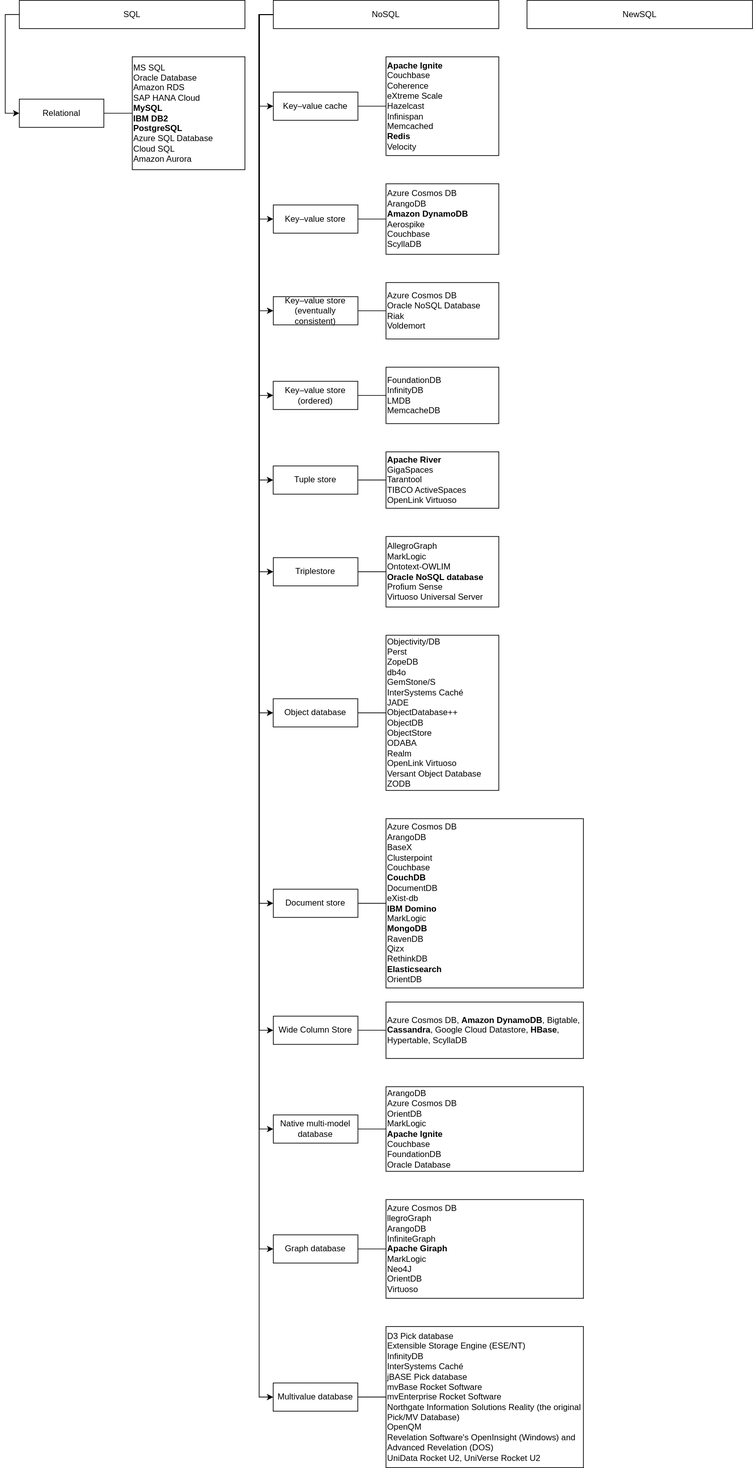
Earlier version of the draw.io export diagrams/data_models.drawio.svg (ryndovaira-org/data_science_lectures). Source tidied: cells renumbered, new cells last; positions are measured from the earlier drawing's top-left corner, leaving out a move shared by most shapes.
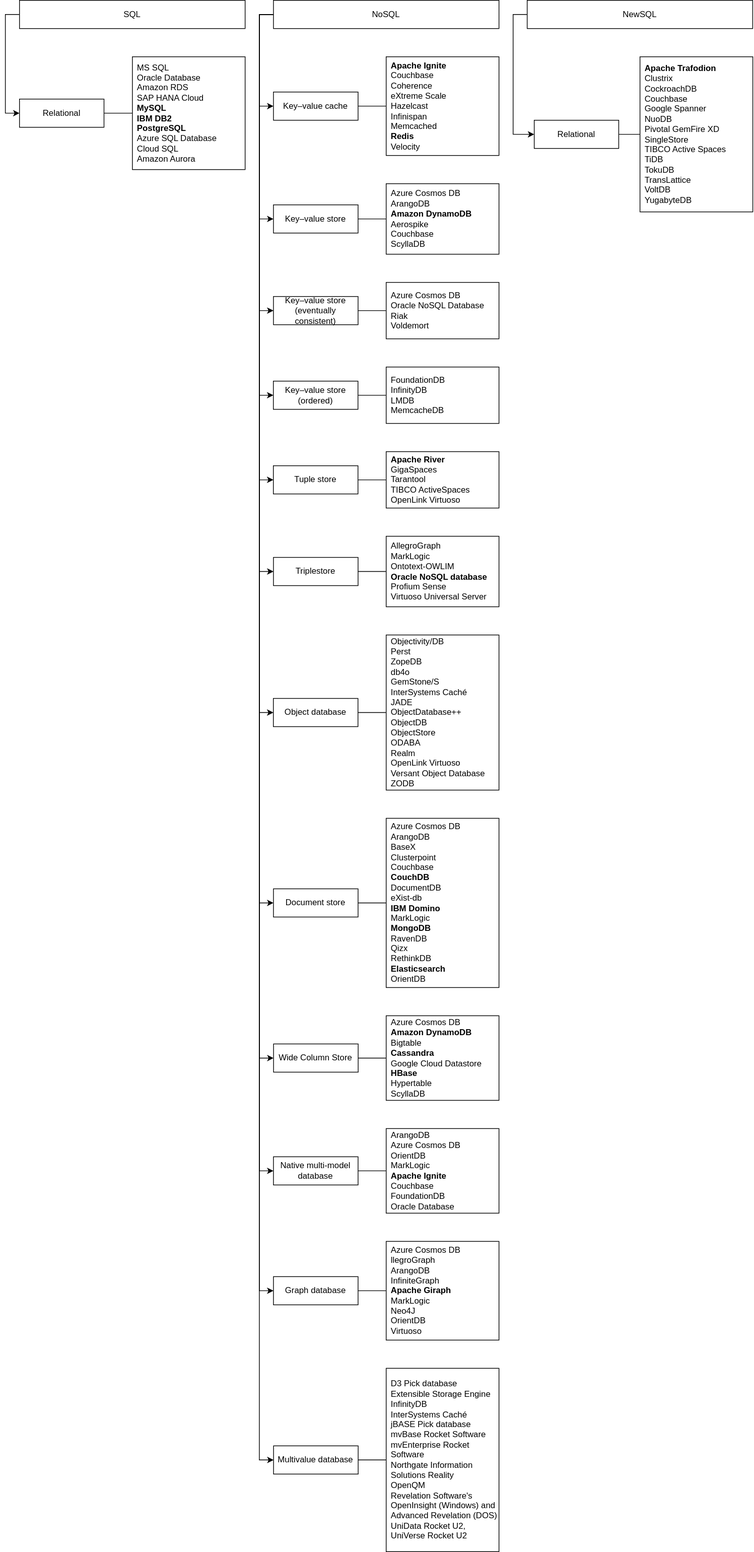
After the commit.

Change to the diagram source:
```diff
@@ -47,19 +47,22 @@
     <mxCell id="16" value="NoSQL" style="rounded=0;whiteSpace=wrap;html=1;fillColor=none;fontSize=12;" parent="1" vertex="1">
       <mxGeometry x="360.1" width="319.9" height="40" as="geometry" />
     </mxCell>
+    <mxCell id="57" style="edgeStyle=orthogonalEdgeStyle;rounded=0;jettySize=auto;html=1;exitX=0;exitY=0.5;exitDx=0;exitDy=0;entryX=0;entryY=0.5;entryDx=0;entryDy=0;" parent="1" edge="1" source="17" target="59">
+      <mxGeometry relative="1" as="geometry" />
+    </mxCell>
     <mxCell id="17" value="NewSQL" style="rounded=0;whiteSpace=wrap;html=1;fillColor=none;fontSize=12;" parent="1" vertex="1">
       <mxGeometry x="720" width="319.9" height="40" as="geometry" />
     </mxCell>
     <mxCell id="18" value="Key–value cache" style="rounded=0;whiteSpace=wrap;html=1;fillColor=none;fontSize=12;" parent="1" vertex="1">
       <mxGeometry x="360.1" y="130" width="120" height="40" as="geometry" />
     </mxCell>
-    <mxCell id="19" value="&lt;b style=&quot;font-size: 12px;&quot;&gt;Apache Ignite&lt;br&gt;&lt;/b&gt;Couchbase&lt;br&gt;Coherence&lt;br&gt;eXtreme Scale&lt;br&gt;Hazelcast&lt;br&gt;Infinispan&lt;br&gt;Memcached&lt;br&gt;&lt;b style=&quot;font-size: 12px;&quot;&gt;Redis&lt;br&gt;&lt;/b&gt;Velocity" style="rounded=0;whiteSpace=wrap;html=1;fillColor=none;fontSize=12;align=left;" parent="1" vertex="1">
+    <mxCell id="19" value="&lt;b style=&quot;font-size: 12px;&quot;&gt;Apache Ignite&lt;br&gt;&lt;/b&gt;Couchbase&lt;br&gt;Coherence&lt;br&gt;eXtreme Scale&lt;br&gt;Hazelcast&lt;br&gt;Infinispan&lt;br&gt;Memcached&lt;br&gt;&lt;b style=&quot;font-size: 12px;&quot;&gt;Redis&lt;br&gt;&lt;/b&gt;Velocity" style="rounded=0;whiteSpace=wrap;html=1;fillColor=none;fontSize=12;align=left;spacingLeft=5;" parent="1" vertex="1">
       <mxGeometry x="520" y="80" width="160" height="140" as="geometry" />
     </mxCell>
     <mxCell id="20" value="Key–value store" style="rounded=0;whiteSpace=wrap;html=1;fillColor=none;fontSize=12;" parent="1" vertex="1">
       <mxGeometry x="360.1" y="290" width="120" height="40" as="geometry" />
     </mxCell>
-    <mxCell id="21" value=" Azure Cosmos DB&lt;br&gt;ArangoDB&lt;br&gt;&lt;b style=&quot;font-size: 12px;&quot;&gt;Amazon DynamoDB&lt;br&gt;&lt;/b&gt;Aerospike&lt;br&gt;&lt;span style=&quot;font-size: 12px;&quot;&gt;Couchbase&lt;br&gt;&lt;/span&gt;ScyllaDB" style="rounded=0;whiteSpace=wrap;html=1;fillColor=none;fontSize=12;align=left;" parent="1" vertex="1">
+    <mxCell id="21" value=" Azure Cosmos DB&lt;br&gt;ArangoDB&lt;br&gt;&lt;b style=&quot;font-size: 12px;&quot;&gt;Amazon DynamoDB&lt;br&gt;&lt;/b&gt;Aerospike&lt;br&gt;&lt;span style=&quot;font-size: 12px;&quot;&gt;Couchbase&lt;br&gt;&lt;/span&gt;ScyllaDB" style="rounded=0;whiteSpace=wrap;html=1;fillColor=none;fontSize=12;align=left;spacingLeft=5;" parent="1" vertex="1">
       <mxGeometry x="520" y="260" width="160" height="100" as="geometry" />
     </mxCell>
     <mxCell id="22" style="edgeStyle=orthogonalEdgeStyle;rounded=0;jettySize=auto;html=1;endArrow=none;endFill=0;fillColor=none;" parent="1" edge="1" source="23" target="24">
@@ -68,7 +71,7 @@
     <mxCell id="23" value="Key–value store (eventually consistent)" style="rounded=0;whiteSpace=wrap;html=1;fillColor=none;fontSize=12;" parent="1" vertex="1">
       <mxGeometry x="360.1" y="420" width="120" height="40" as="geometry" />
     </mxCell>
-    <mxCell id="24" value="Azure Cosmos DB&lt;br&gt;Oracle NoSQL Database&lt;br&gt;Riak&lt;br&gt;Voldemort" style="rounded=0;whiteSpace=wrap;html=1;fillColor=none;fontSize=12;align=left;" parent="1" vertex="1">
+    <mxCell id="24" value="Azure Cosmos DB&lt;br&gt;Oracle NoSQL Database&lt;br&gt;Riak&lt;br&gt;Voldemort" style="rounded=0;whiteSpace=wrap;html=1;fillColor=none;fontSize=12;align=left;spacingLeft=5;" parent="1" vertex="1">
       <mxGeometry x="520" y="400" width="160" height="80" as="geometry" />
     </mxCell>
     <mxCell id="25" style="edgeStyle=orthogonalEdgeStyle;rounded=0;jettySize=auto;html=1;endArrow=none;endFill=0;fillColor=none;" parent="1" edge="1" source="26" target="27">
@@ -77,7 +80,7 @@
     <mxCell id="26" value="Key–value store (ordered)" style="rounded=0;whiteSpace=wrap;html=1;fillColor=none;fontSize=12;" parent="1" vertex="1">
       <mxGeometry x="360" y="540" width="120" height="40" as="geometry" />
     </mxCell>
-    <mxCell id="27" value="FoundationDB&lt;br&gt;InfinityDB&lt;br&gt;LMDB&lt;br&gt;MemcacheDB" style="rounded=0;whiteSpace=wrap;html=1;fillColor=none;fontSize=12;align=left;" parent="1" vertex="1">
+    <mxCell id="27" value="FoundationDB&lt;br&gt;InfinityDB&lt;br&gt;LMDB&lt;br&gt;MemcacheDB" style="rounded=0;whiteSpace=wrap;html=1;fillColor=none;fontSize=12;align=left;spacingLeft=5;" parent="1" vertex="1">
       <mxGeometry x="520" y="520" width="160" height="80" as="geometry" />
     </mxCell>
     <mxCell id="28" style="edgeStyle=orthogonalEdgeStyle;rounded=0;jettySize=auto;html=1;endArrow=none;endFill=0;fillColor=none;" parent="1" edge="1" source="29" target="30">
@@ -86,7 +89,7 @@
     <mxCell id="29" value="Tuple store" style="rounded=0;whiteSpace=wrap;html=1;fillColor=none;fontSize=12;" parent="1" vertex="1">
       <mxGeometry x="360" y="660" width="120" height="40" as="geometry" />
     </mxCell>
-    <mxCell id="30" value="&lt;b&gt;Apache River&lt;br&gt;&lt;/b&gt;GigaSpaces&lt;br&gt;Tarantool&lt;br&gt;TIBCO ActiveSpaces&lt;br&gt;OpenLink Virtuoso" style="rounded=0;whiteSpace=wrap;html=1;fillColor=none;fontSize=12;align=left;" parent="1" vertex="1">
+    <mxCell id="30" value="&lt;b&gt;Apache River&lt;br&gt;&lt;/b&gt;GigaSpaces&lt;br&gt;Tarantool&lt;br&gt;TIBCO ActiveSpaces&lt;br&gt;OpenLink Virtuoso" style="rounded=0;whiteSpace=wrap;html=1;fillColor=none;fontSize=12;align=left;spacingLeft=5;" parent="1" vertex="1">
       <mxGeometry x="520" y="640" width="160" height="80" as="geometry" />
     </mxCell>
     <mxCell id="31" style="edgeStyle=orthogonalEdgeStyle;rounded=0;jettySize=auto;html=1;endArrow=none;endFill=0;fillColor=none;" parent="1" edge="1" source="32" target="33">
@@ -95,7 +98,7 @@
     <mxCell id="32" value="Triplestore" style="rounded=0;whiteSpace=wrap;html=1;fillColor=none;fontSize=12;" parent="1" vertex="1">
       <mxGeometry x="360.1" y="790" width="120" height="40" as="geometry" />
     </mxCell>
-    <mxCell id="33" value="AllegroGraph&lt;br&gt;MarkLogic&lt;br&gt;Ontotext-OWLIM&lt;br&gt;&lt;b&gt;Oracle NoSQL database&lt;br&gt;&lt;/b&gt;Profium Sense&lt;br&gt;Virtuoso Universal Server" style="rounded=0;whiteSpace=wrap;html=1;fillColor=none;fontSize=12;align=left;" parent="1" vertex="1">
+    <mxCell id="33" value="AllegroGraph&lt;br&gt;MarkLogic&lt;br&gt;Ontotext-OWLIM&lt;br&gt;&lt;b&gt;Oracle NoSQL database&lt;br&gt;&lt;/b&gt;Profium Sense&lt;br&gt;Virtuoso Universal Server" style="rounded=0;whiteSpace=wrap;html=1;fillColor=none;fontSize=12;align=left;spacingLeft=5;" parent="1" vertex="1">
       <mxGeometry x="520" y="760" width="160" height="100" as="geometry" />
     </mxCell>
     <mxCell id="34" style="edgeStyle=orthogonalEdgeStyle;rounded=0;jettySize=auto;html=1;endArrow=none;endFill=0;fillColor=none;" parent="1" edge="1" source="35" target="36">
@@ -104,7 +107,7 @@
     <mxCell id="35" value="Object database" style="rounded=0;whiteSpace=wrap;html=1;fillColor=none;fontSize=12;" parent="1" vertex="1">
       <mxGeometry x="360" y="990" width="120" height="40" as="geometry" />
     </mxCell>
-    <mxCell id="36" value="Objectivity/DB&lt;br&gt;Perst&lt;br&gt;ZopeDB&lt;br&gt;db4o&lt;br&gt;GemStone/S&lt;br&gt;InterSystems Caché&lt;br&gt;JADE&lt;br&gt;ObjectDatabase++&lt;br&gt;ObjectDB&lt;br&gt;ObjectStore&lt;br&gt;ODABA&lt;br&gt;Realm&lt;br&gt;OpenLink Virtuoso&lt;br&gt;Versant Object Database&lt;br&gt;ZODB" style="rounded=0;whiteSpace=wrap;html=1;fillColor=none;fontSize=12;align=left;" parent="1" vertex="1">
+    <mxCell id="36" value="Objectivity/DB&lt;br&gt;Perst&lt;br&gt;ZopeDB&lt;br&gt;db4o&lt;br&gt;GemStone/S&lt;br&gt;InterSystems Caché&lt;br&gt;JADE&lt;br&gt;ObjectDatabase++&lt;br&gt;ObjectDB&lt;br&gt;ObjectStore&lt;br&gt;ODABA&lt;br&gt;Realm&lt;br&gt;OpenLink Virtuoso&lt;br&gt;Versant Object Database&lt;br&gt;ZODB" style="rounded=0;whiteSpace=wrap;html=1;fillColor=none;fontSize=12;align=left;spacingLeft=5;" parent="1" vertex="1">
       <mxGeometry x="520" y="900" width="160" height="220" as="geometry" />
     </mxCell>
     <mxCell id="37" style="edgeStyle=orthogonalEdgeStyle;rounded=0;jettySize=auto;html=1;endArrow=none;endFill=0;fillColor=none;" parent="1" edge="1" source="38" target="39">
@@ -113,44 +116,44 @@
     <mxCell id="38" value="Document store" style="rounded=0;whiteSpace=wrap;html=1;fillColor=none;fontSize=12;" parent="1" vertex="1">
       <mxGeometry x="360.1" y="1260" width="120" height="40" as="geometry" />
     </mxCell>
-    <mxCell id="39" value="Azure Cosmos DB&lt;br&gt;ArangoDB&lt;br&gt;BaseX&lt;br&gt;Clusterpoint&lt;br&gt;Couchbase&lt;br&gt;&lt;b style=&quot;font-size: 12px;&quot;&gt;CouchDB&lt;br&gt;&lt;/b&gt;DocumentDB&lt;br&gt;eXist-db&lt;br&gt;&lt;b style=&quot;font-size: 12px;&quot;&gt;IBM Domino&lt;br&gt;&lt;/b&gt;MarkLogic&lt;br&gt;&lt;b style=&quot;font-size: 12px;&quot;&gt;MongoDB&lt;br&gt;&lt;/b&gt;RavenDB&lt;br&gt;Qizx&lt;br&gt;RethinkDB&lt;br&gt;&lt;b style=&quot;font-size: 12px;&quot;&gt;Elasticsearch&lt;br&gt;&lt;/b&gt;OrientDB" style="rounded=0;whiteSpace=wrap;html=1;fillColor=none;fontSize=12;align=left;" parent="1" vertex="1">
-      <mxGeometry x="520" y="1160" width="280" height="240" as="geometry" />
+    <mxCell id="39" value="Azure Cosmos DB&lt;br&gt;ArangoDB&lt;br&gt;BaseX&lt;br&gt;Clusterpoint&lt;br&gt;Couchbase&lt;br&gt;&lt;b style=&quot;font-size: 12px;&quot;&gt;CouchDB&lt;br&gt;&lt;/b&gt;DocumentDB&lt;br&gt;eXist-db&lt;br&gt;&lt;b style=&quot;font-size: 12px;&quot;&gt;IBM Domino&lt;br&gt;&lt;/b&gt;MarkLogic&lt;br&gt;&lt;b style=&quot;font-size: 12px;&quot;&gt;MongoDB&lt;br&gt;&lt;/b&gt;RavenDB&lt;br&gt;Qizx&lt;br&gt;RethinkDB&lt;br&gt;&lt;b style=&quot;font-size: 12px;&quot;&gt;Elasticsearch&lt;br&gt;&lt;/b&gt;OrientDB" style="rounded=0;whiteSpace=wrap;html=1;fillColor=none;fontSize=12;align=left;spacingLeft=5;" parent="1" vertex="1">
+      <mxGeometry x="520" y="1160" width="160" height="240" as="geometry" />
     </mxCell>
     <mxCell id="40" style="edgeStyle=orthogonalEdgeStyle;rounded=0;jettySize=auto;html=1;endArrow=none;endFill=0;fillColor=none;" parent="1" edge="1" source="41" target="42">
       <mxGeometry relative="1" as="geometry" />
     </mxCell>
     <mxCell id="41" value="Wide Column Store" style="rounded=0;whiteSpace=wrap;html=1;fillColor=none;fontSize=12;" parent="1" vertex="1">
-      <mxGeometry x="360.1" y="1440" width="120" height="40" as="geometry" />
+      <mxGeometry x="360.3" y="1480" width="120" height="40" as="geometry" />
     </mxCell>
-    <mxCell id="42" value="Azure Cosmos DB, &lt;b style=&quot;font-size: 12px;&quot;&gt;Amazon DynamoDB&lt;/b&gt;, Bigtable, &lt;b style=&quot;font-size: 12px;&quot;&gt;Cassandra&lt;/b&gt;, Google Cloud Datastore, &lt;b style=&quot;font-size: 12px;&quot;&gt;HBase&lt;/b&gt;, Hypertable, ScyllaDB" style="rounded=0;whiteSpace=wrap;html=1;fillColor=none;fontSize=12;align=left;" parent="1" vertex="1">
-      <mxGeometry x="520" y="1420" width="280" height="80" as="geometry" />
+    <mxCell id="42" value="Azure Cosmos DB&lt;br&gt;&lt;b style=&quot;font-size: 12px;&quot;&gt;Amazon DynamoDB&lt;br&gt;&lt;/b&gt;Bigtable&lt;br&gt;&lt;b style=&quot;font-size: 12px;&quot;&gt;Cassandra&lt;br&gt;&lt;/b&gt;Google Cloud Datastore&lt;br&gt;&lt;b style=&quot;font-size: 12px;&quot;&gt;HBase&lt;br&gt;&lt;/b&gt;Hypertable&lt;br&gt;ScyllaDB" style="rounded=0;whiteSpace=wrap;html=1;fillColor=none;fontSize=12;align=left;spacingLeft=5;" parent="1" vertex="1">
+      <mxGeometry x="520" y="1440" width="160" height="120" as="geometry" />
     </mxCell>
     <mxCell id="43" style="edgeStyle=orthogonalEdgeStyle;rounded=0;jettySize=auto;html=1;endArrow=none;endFill=0;fillColor=none;" parent="1" edge="1" source="44" target="45">
       <mxGeometry relative="1" as="geometry" />
     </mxCell>
     <mxCell id="44" value="Native multi-model database" style="rounded=0;whiteSpace=wrap;html=1;fillColor=none;fontSize=12;" parent="1" vertex="1">
-      <mxGeometry x="360.1" y="1580" width="120" height="40" as="geometry" />
+      <mxGeometry x="360.1" y="1640" width="120" height="40" as="geometry" />
     </mxCell>
-    <mxCell id="45" value="ArangoDB&lt;br&gt;Azure Cosmos DB&lt;br&gt;OrientDB&lt;br&gt;MarkLogic&lt;br&gt;&lt;b style=&quot;font-size: 12px;&quot;&gt;Apache Ignite&lt;br&gt;&lt;/b&gt;Couchbase&lt;br&gt;FoundationDB&lt;br&gt;Oracle Database" style="rounded=0;whiteSpace=wrap;html=1;fillColor=none;fontSize=12;align=left;" parent="1" vertex="1">
-      <mxGeometry x="520" y="1540" width="280" height="120" as="geometry" />
+    <mxCell id="45" value="ArangoDB&lt;br&gt;Azure Cosmos DB&lt;br&gt;OrientDB&lt;br&gt;MarkLogic&lt;br&gt;&lt;b style=&quot;font-size: 12px;&quot;&gt;Apache Ignite&lt;br&gt;&lt;/b&gt;Couchbase&lt;br&gt;FoundationDB&lt;br&gt;Oracle Database" style="rounded=0;whiteSpace=wrap;html=1;fillColor=none;fontSize=12;align=left;spacingLeft=5;" parent="1" vertex="1">
+      <mxGeometry x="520" y="1600" width="160" height="120" as="geometry" />
     </mxCell>
     <mxCell id="46" style="edgeStyle=orthogonalEdgeStyle;rounded=0;jettySize=auto;html=1;endArrow=none;endFill=0;fillColor=none;" parent="1" edge="1" source="47" target="48">
       <mxGeometry relative="1" as="geometry" />
     </mxCell>
     <mxCell id="47" value="Graph database" style="rounded=0;whiteSpace=wrap;html=1;fillColor=none;fontSize=12;" parent="1" vertex="1">
-      <mxGeometry x="360.1" y="1750" width="120" height="40" as="geometry" />
+      <mxGeometry x="360.1" y="1810" width="120" height="40" as="geometry" />
     </mxCell>
-    <mxCell id="48" value="Azure Cosmos DB&lt;br&gt;llegroGraph&lt;br&gt;ArangoDB&lt;br&gt;InfiniteGraph&lt;br&gt;&lt;b style=&quot;font-size: 12px;&quot;&gt;Apache Giraph&lt;br&gt;&lt;/b&gt;MarkLogic&lt;br&gt;Neo4J&lt;br&gt;OrientDB&lt;br&gt;Virtuoso" style="rounded=0;whiteSpace=wrap;html=1;fillColor=none;fontSize=12;align=left;" parent="1" vertex="1">
-      <mxGeometry x="520" y="1700" width="280" height="140" as="geometry" />
+    <mxCell id="48" value="Azure Cosmos DB&lt;br&gt;llegroGraph&lt;br&gt;ArangoDB&lt;br&gt;InfiniteGraph&lt;br&gt;&lt;b style=&quot;font-size: 12px;&quot;&gt;Apache Giraph&lt;br&gt;&lt;/b&gt;MarkLogic&lt;br&gt;Neo4J&lt;br&gt;OrientDB&lt;br&gt;Virtuoso" style="rounded=0;whiteSpace=wrap;html=1;fillColor=none;fontSize=12;align=left;spacingLeft=5;" parent="1" vertex="1">
+      <mxGeometry x="520" y="1760" width="160" height="140" as="geometry" />
     </mxCell>
     <mxCell id="49" style="edgeStyle=orthogonalEdgeStyle;rounded=0;jettySize=auto;html=1;endArrow=none;endFill=0;fillColor=none;" parent="1" edge="1" source="50" target="51">
       <mxGeometry relative="1" as="geometry" />
     </mxCell>
     <mxCell id="50" value="Multivalue database" style="rounded=0;whiteSpace=wrap;html=1;fillColor=none;fontSize=12;" parent="1" vertex="1">
-      <mxGeometry x="360" y="1960" width="120" height="40" as="geometry" />
+      <mxGeometry x="360.3" y="2050" width="120" height="40" as="geometry" />
     </mxCell>
-    <mxCell id="51" value="D3 Pick database&lt;br&gt;Extensible Storage Engine (ESE/NT)&lt;br&gt;InfinityDB&lt;br&gt;InterSystems Caché&lt;br&gt;jBASE Pick database&lt;br&gt;mvBase Rocket Software&lt;br&gt;mvEnterprise Rocket Software&lt;br&gt;Northgate Information Solutions Reality (the original Pick/MV Database)&lt;br&gt;OpenQM&lt;br&gt;Revelation Software's OpenInsight (Windows) and Advanced Revelation (DOS)&lt;br&gt;UniData Rocket U2, UniVerse Rocket U2" style="rounded=0;whiteSpace=wrap;html=1;fillColor=none;fontSize=12;align=left;" parent="1" vertex="1">
-      <mxGeometry x="520" y="1880" width="280" height="200" as="geometry" />
+    <mxCell id="51" value="D3 Pick database&lt;br&gt;Extensible Storage Engine&lt;br&gt;InfinityDB&lt;br&gt;InterSystems Caché&lt;br&gt;jBASE Pick database&lt;br&gt;mvBase Rocket Software&lt;br&gt;mvEnterprise Rocket Software&lt;br&gt;Northgate Information Solutions Reality&lt;br&gt;OpenQM&lt;br&gt;Revelation Software's OpenInsight (Windows) and Advanced Revelation (DOS)&lt;br&gt;UniData Rocket U2, UniVerse Rocket U2" style="rounded=0;whiteSpace=wrap;html=1;fillColor=none;fontSize=12;align=left;spacingLeft=5;" parent="1" vertex="1">
+      <mxGeometry x="520" y="1940" width="160" height="260" as="geometry" />
     </mxCell>
     <mxCell id="52" style="endArrow=none;html=1;rounded=0;entryX=0;entryY=0.5;entryDx=0;entryDy=0;exitX=1;exitY=0.5;exitDx=0;exitDy=0;fillColor=none;" parent="1" edge="1" source="18" target="19">
       <mxGeometry relative="1" as="geometry" />
@@ -164,8 +167,17 @@
     <mxCell id="55" value="&lt;div&gt;Relational&lt;/div&gt;" style="rounded=0;whiteSpace=wrap;html=1;fillColor=none;" parent="1" vertex="1">
       <mxGeometry x="-0.1" y="140" width="119.9" height="40" as="geometry" />
     </mxCell>
-    <mxCell id="56" value="MS SQL&lt;br&gt;Oracle Database&lt;br&gt;Amazon RDS&lt;br&gt;SAP HANA Cloud&lt;br&gt;&lt;b&gt;MySQL&lt;/b&gt;&lt;br&gt;&lt;b&gt;IBM DB2&lt;/b&gt;&lt;br&gt;&lt;b&gt;PostgreSQL&lt;br&gt;&lt;/b&gt;Azure SQL Database&lt;br&gt;Cloud SQL&lt;br&gt;Amazon Aurora" style="rounded=0;whiteSpace=wrap;html=1;fillColor=none;align=left;" parent="1" vertex="1">
+    <mxCell id="56" value="MS SQL&lt;br&gt;Oracle Database&lt;br&gt;Amazon RDS&lt;br&gt;SAP HANA Cloud&lt;br&gt;&lt;b&gt;MySQL&lt;/b&gt;&lt;br&gt;&lt;b&gt;IBM DB2&lt;/b&gt;&lt;br&gt;&lt;b&gt;PostgreSQL&lt;br&gt;&lt;/b&gt;Azure SQL Database&lt;br&gt;Cloud SQL&lt;br&gt;Amazon Aurora" style="rounded=0;whiteSpace=wrap;html=1;fillColor=none;align=left;spacingLeft=5;" parent="1" vertex="1">
       <mxGeometry x="160.1" y="80" width="159.9" height="160" as="geometry" />
     </mxCell>
+    <mxCell id="58" style="edgeStyle=orthogonalEdgeStyle;rounded=0;jettySize=auto;html=1;endArrow=none;endFill=0;" parent="1" edge="1" source="59" target="60">
+      <mxGeometry relative="1" as="geometry" />
+    </mxCell>
+    <mxCell id="59" value="&lt;div&gt;Relational&lt;/div&gt;" style="rounded=0;whiteSpace=wrap;html=1;fillColor=none;" parent="1" vertex="1">
+      <mxGeometry x="730" y="170" width="119.9" height="40" as="geometry" />
+    </mxCell>
+    <mxCell id="60" value="&lt;div&gt;&lt;b&gt;Apache Trafodion&lt;/b&gt;&lt;/div&gt;&lt;div&gt;Clustrix&lt;/div&gt;&lt;div&gt;CockroachDB&lt;/div&gt;&lt;div&gt;Couchbase&lt;/div&gt;&lt;div&gt;Google Spanner&lt;/div&gt;&lt;div&gt;NuoDB&lt;/div&gt;&lt;div&gt;Pivotal GemFire XD&lt;/div&gt;&lt;div&gt;SingleStore&lt;/div&gt;&lt;div&gt;TIBCO Active Spaces&lt;/div&gt;&lt;div&gt;TiDB&lt;/div&gt;&lt;div&gt;TokuDB&lt;/div&gt;&lt;div&gt;TransLattice&lt;/div&gt;&lt;div&gt;VoltDB&lt;/div&gt;&lt;div&gt;YugabyteDB&lt;/div&gt;" style="rounded=0;whiteSpace=wrap;html=1;fillColor=none;align=left;spacingLeft=5;" parent="1" vertex="1">
+      <mxGeometry x="880" y="80" width="160" height="220" as="geometry" />
+    </mxCell>
   </root>
 </mxGraphModel>
```
